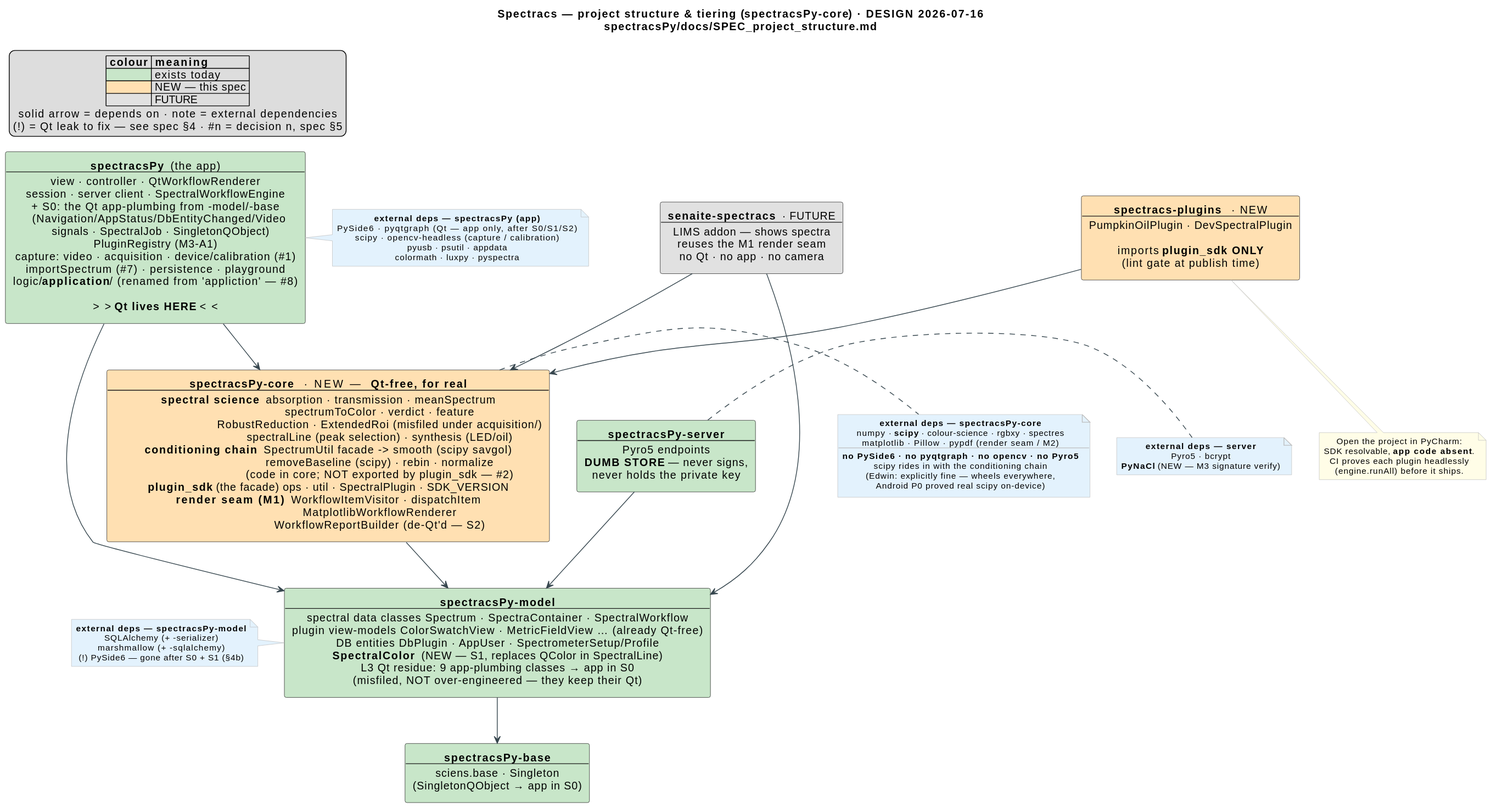
Earlier version of the PlantUML export project_structure.svg (nidwe72/spectracs-docs). Source of this version:
```plantuml
@startuml
title Spectracs — project structure & tiering (**spectracsPy-core**) · DESIGN 2026-07-16\nspectracsPy/docs/SPEC_project_structure.md

skinparam shadowing false
skinparam componentStyle rectangle
skinparam defaultTextAlignment center
skinparam nodeFontSize 12
skinparam noteFontSize 11
skinparam ArrowColor #37474F
skinparam NoteBackgroundColor #FFFDE7
skinparam NoteBorderColor #BDBDBD

legend top left
  |= colour |= meaning |
  | <#C8E6C9> | exists today |
  | <#FFE0B2> | NEW — this spec |
  | <#E1E1E1> | FUTURE |
  solid arrow = depends on  ·  note = external dependencies
  (!) = Qt leak to fix — see spec §4  ·  #n = decision n, spec §5
endlegend

rectangle "**spectracs-plugins**   ·  NEW\n----\nPumpkinOilPlugin · DevSpectralPlugin\n\nimports **plugin_sdk ONLY**\n(lint gate at publish time)" as PLUGINS #FFE0B2
rectangle "**spectracsPy**  (the app)\n----\nview · controller · QtWorkflowRenderer\nsession · server client · SpectralWorkflowEngine\n+ S0: the Qt app-plumbing from -model/-base\n  (Navigation/AppStatus/DbEntityChanged/Video\n   signals · SpectralJob · SingletonQObject)\nPluginRegistry (M3-A1)\ncapture: video · acquisition · device/calibration (#1)\nimportSpectrum (#7) · persistence · playground\nlogic/**application**/ (renamed from 'appliction' — #8)\n\n>> **Qt lives HERE** <<" as APP #C8E6C9
rectangle "**senaite-spectracs**  ·  FUTURE\n----\nLIMS addon — shows spectra\nreuses the M1 render seam\nno Qt · no app · no camera" as SENAITE #E1E1E1
rectangle "**spectracsPy-server**\n----\nPyro5 endpoints\n**DUMB STORE** — never signs,\nnever holds the private key" as SERVER #C8E6C9

rectangle "**spectracsPy-core**   ·  NEW   —   **Qt-free, for real**\n----\n**spectral science**  absorption · transmission · meanSpectrum\n                              spectrumToColor · verdict · feature\n                              RobustReduction · ExtendedRoi (misfiled under acquisition/)\n                              spectralLine (peak selection) · synthesis (LED/oil)\n**conditioning chain**  SpectrumUtil facade -> smooth (scipy savgol)\n                              removeBaseline (scipy) · rebin · normalize\n                              (code in core; NOT exported by plugin_sdk — #2)\n**plugin_sdk** (the facade)  ops · util · SpectralPlugin · SDK_VERSION\n**render seam (M1)**  WorkflowItemVisitor · dispatchItem\n                              MatplotlibWorkflowRenderer\n                              WorkflowReportBuilder  (de-Qt'd — S2)" as CORE #FFE0B2

rectangle "**spectracsPy-model**\n----\nspectral data classes  Spectrum · SpectraContainer · SpectralWorkflow\nplugin view-models  ColorSwatchView · MetricFieldView …  (already Qt-free)\nDB entities  DbPlugin · AppUser · SpectrometerSetup/Profile\n**SpectralColor**  (NEW — S1, replaces QColor in SpectralLine)\nL3 Qt residue: 9 app-plumbing classes → app in S0\n(misfiled, NOT over-engineered — they keep their Qt)" as MODEL #C8E6C9
rectangle "**spectracsPy-base**\n----\nsciens.base · Singleton\n(SingletonQObject → app in S0)" as BASE #C8E6C9

PLUGINS  --> CORE
APP      --> CORE
SENAITE  --> CORE
CORE     --> MODEL
APP      --> MODEL
SENAITE  --> MODEL
SERVER   --> MODEL
MODEL    --> BASE

note right of CORE #E3F2FD
  **external deps — spectracsPy-core**
  numpy · **scipy** · colour-science · rgbxy · spectres
  matplotlib · Pillow · pypdf   (render seam / M2)
  ----
  **no PySide6 · no pyqtgraph · no opencv · no Pyro5**
  scipy rides in with the conditioning chain
  (Edwin: explicitly fine — wheels everywhere,
  Android P0 proved real scipy on-device)
end note

note right of APP #E3F2FD
  **external deps — spectracsPy (app)**
  PySide6 · pyqtgraph        (Qt — app only, after S0/S1/S2)
  scipy · opencv-headless    (capture / calibration)
  pyusb · psutil · appdata
  colormath · luxpy · pyspectra
end note

note right of SERVER #E3F2FD
  **external deps — server**
  Pyro5 · bcrypt
  **PyNaCl** (NEW — M3 signature verify)
end note

note left of MODEL #E3F2FD
  **external deps — spectracsPy-model**
  SQLAlchemy (+ -serializer)
  marshmallow (+ -sqlalchemy)
  (!) PySide6 — gone after S0 + S1 (§4b)
end note

note bottom of PLUGINS
  Open the project in PyCharm:
  SDK resolvable, **app code absent**.
  CI proves each plugin headlessly
  (engine.runAll) before it ships.
end note
@enduml
```
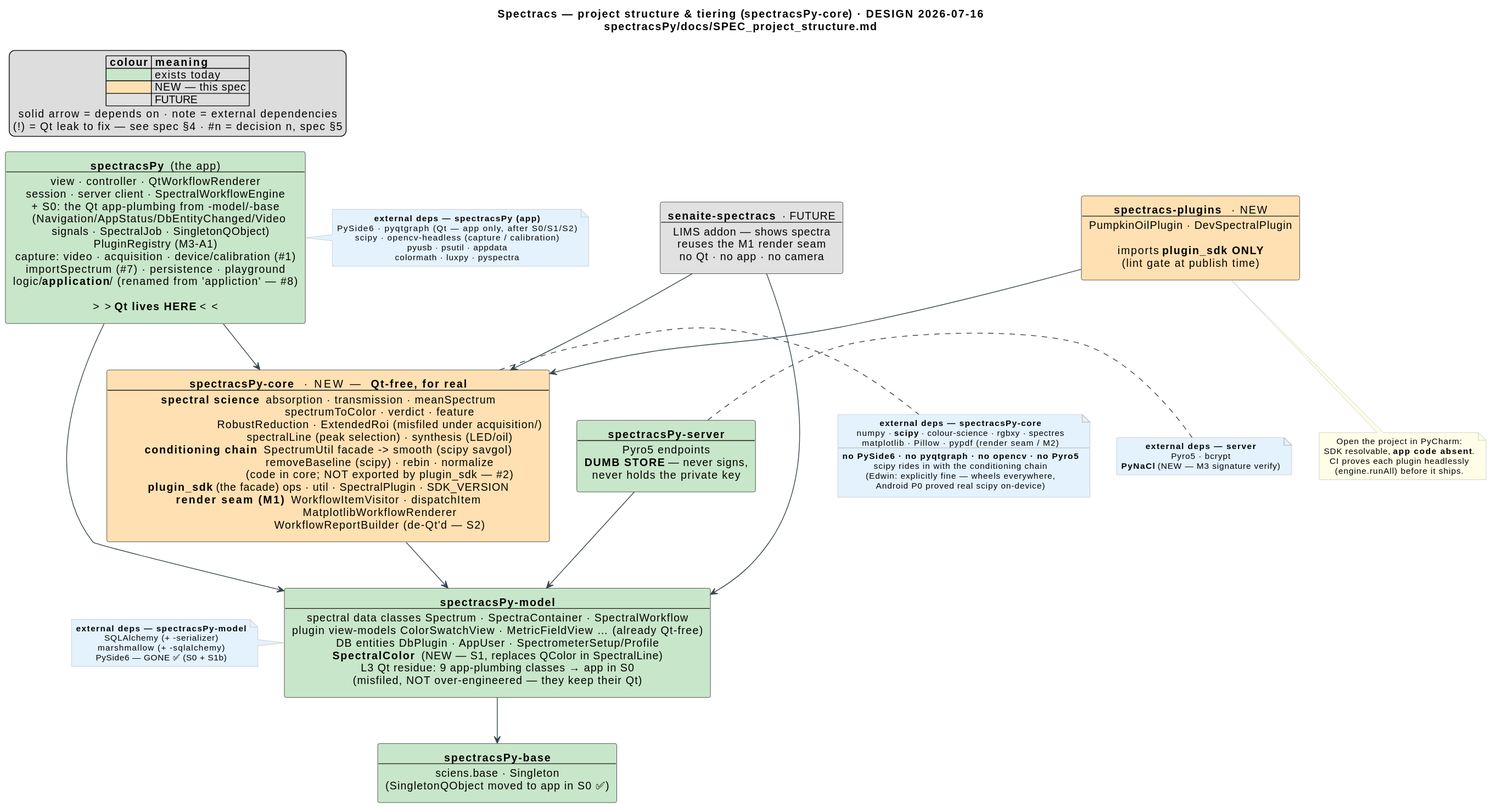
The same diagram one commit later.

Commit message:
Docs: diagram shows -model/-base Qt-free after S0 + S1b

What changed in the source:
```diff
@@ -27,7 +27,7 @@
 rectangle "**spectracsPy-core**   ·  NEW   —   **Qt-free, for real**\n----\n**spectral science**  absorption · transmission · meanSpectrum\n                              spectrumToColor · verdict · feature\n                              RobustReduction · ExtendedRoi (misfiled under acquisition/)\n                              spectralLine (peak selection) · synthesis (LED/oil)\n**conditioning chain**  SpectrumUtil facade -> smooth (scipy savgol)\n                              removeBaseline (scipy) · rebin · normalize\n                              (code in core; NOT exported by plugin_sdk — #2)\n**plugin_sdk** (the facade)  ops · util · SpectralPlugin · SDK_VERSION\n**render seam (M1)**  WorkflowItemVisitor · dispatchItem\n                              MatplotlibWorkflowRenderer\n                              WorkflowReportBuilder  (de-Qt'd — S2)" as CORE #FFE0B2
 
 rectangle "**spectracsPy-model**\n----\nspectral data classes  Spectrum · SpectraContainer · SpectralWorkflow\nplugin view-models  ColorSwatchView · MetricFieldView …  (already Qt-free)\nDB entities  DbPlugin · AppUser · SpectrometerSetup/Profile\n**SpectralColor**  (NEW — S1, replaces QColor in SpectralLine)\nL3 Qt residue: 9 app-plumbing classes → app in S0\n(misfiled, NOT over-engineered — they keep their Qt)" as MODEL #C8E6C9
-rectangle "**spectracsPy-base**\n----\nsciens.base · Singleton\n(SingletonQObject → app in S0)" as BASE #C8E6C9
+rectangle "**spectracsPy-base**\n----\nsciens.base · Singleton\n(SingletonQObject moved to app in S0 ✅)" as BASE #C8E6C9
 
 PLUGINS  --> CORE
 APP      --> CORE
@@ -67,7 +67,7 @@
   **external deps — spectracsPy-model**
   SQLAlchemy (+ -serializer)
   marshmallow (+ -sqlalchemy)
-  (!) PySide6 — gone after S0 + S1 (§4b)
+  PySide6 — GONE ✅ (S0 + S1b)
 end note
 
 note bottom of PLUGINS
```
